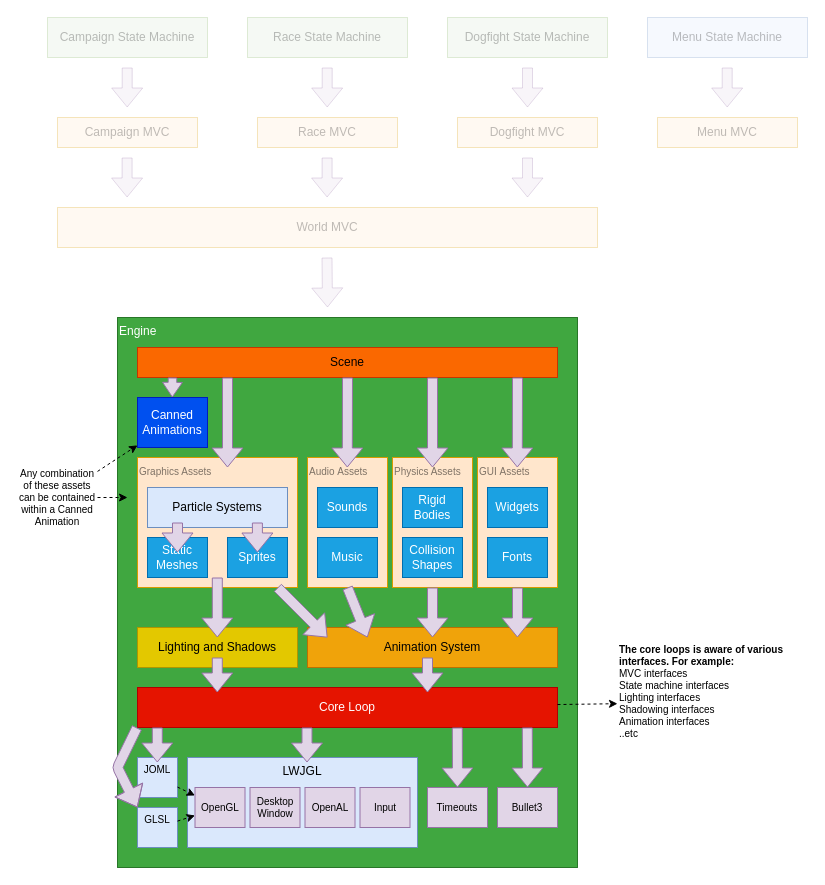
DamianCoventry/159.261-Game-Prog-Assgn2 keeps this draw.io diagram as design/4. Engine Organisation.drawio. Above is the earlier version. Source tidied: cells renumbered, new cells numbered last; positions are measured from the earlier drawing's top-left corner, leaving out a move shared by most shapes. Both pictures are drawn from the tidied source at 100%, with x=0, y=0 at pixel (17, 17).
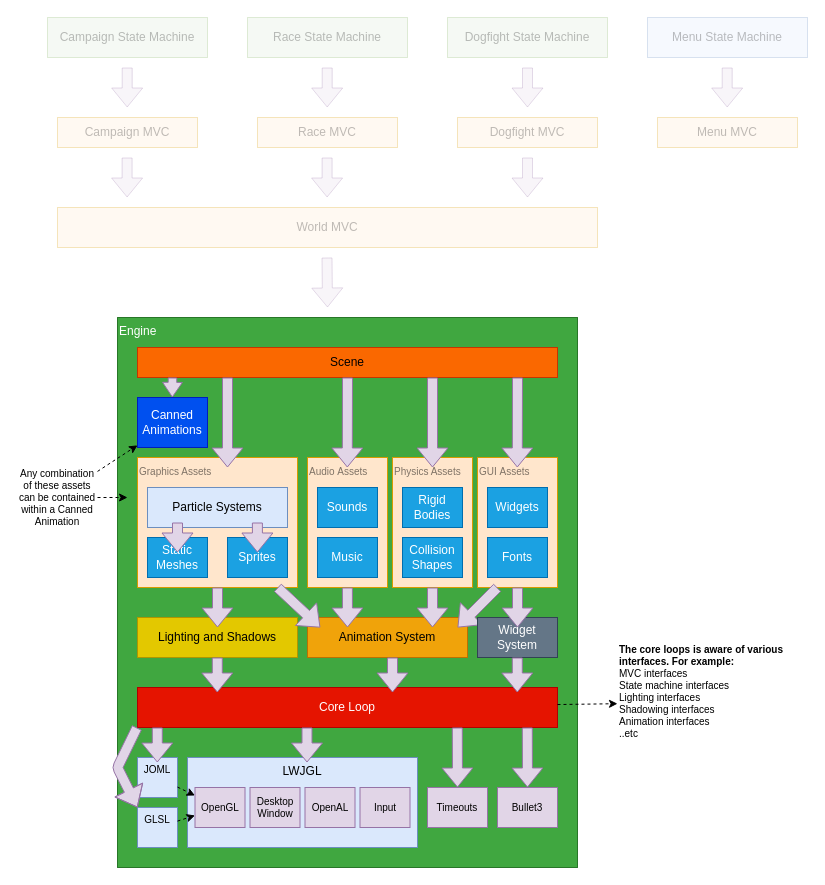
Above is the later version.

Unchanged cells that the change refers to:
```xml
<mxCell id="3" value="&lt;font style=&quot;font-size: 10px&quot;&gt;GUI&amp;nbsp;&lt;/font&gt;&lt;span style=&quot;font-size: 10px&quot;&gt;Assets&lt;/span&gt;" style="rounded=0;whiteSpace=wrap;html=1;fillColor=#ffe6cc;strokeColor=#d79b00;textOpacity=50;verticalAlign=top;align=left;" parent="1" vertex="1">
  <mxGeometry x="460" y="440" width="80" height="130" as="geometry" />
</mxCell>
```

The edit, as a diff of the source:
```diff
@@
     <mxCell id="25" value="Lighting and Shadows" style="rounded=0;whiteSpace=wrap;html=1;fillColor=#e3c800;strokeColor=#B09500;verticalAlign=middle;fontColor=#000000;" parent="1" vertex="1">
-      <mxGeometry x="120" y="610" width="160" height="40" as="geometry" />
+      <mxGeometry x="120" y="600" width="160" height="40" as="geometry" />
     </mxCell>
     <mxCell id="26" value="Animation System" style="rounded=0;whiteSpace=wrap;html=1;fillColor=#f0a30a;strokeColor=#BD7000;verticalAlign=middle;fontColor=#000000;" parent="1" vertex="1">
-      <mxGeometry x="290" y="610" width="250" height="40" as="geometry" />
+      <mxGeometry x="290" y="600" width="160" height="40" as="geometry" />
     </mxCell>
@@
     <mxCell id="55" style="shape=flexArrow;endArrow=classic;html=1;fontSize=10;fillColor=#e1d5e7;strokeColor=#9673a6;" parent="1" edge="1">
       <mxGeometry relative="1" as="geometry">
-        <mxPoint x="199.8" y="560" as="sourcePoint" />
-        <mxPoint x="199.8" y="620" as="targetPoint" />
+        <mxPoint x="200" y="570" as="sourcePoint" />
+        <mxPoint x="200" y="610" as="targetPoint" />
       </mxGeometry>
     </mxCell>
@@
-    <mxCell id="57" style="shape=flexArrow;endArrow=classic;html=1;fontSize=10;fillColor=#e1d5e7;strokeColor=#9673a6;" parent="1" edge="1">
-      <mxGeometry relative="1" as="geometry">
-        <mxPoint x="330" y="570" as="sourcePoint" />
-        <mxPoint x="350" y="620" as="targetPoint" />
-      </mxGeometry>
-    </mxCell>
     <mxCell id="58" style="shape=flexArrow;endArrow=classic;html=1;fontSize=10;fillColor=#e1d5e7;strokeColor=#9673a6;" parent="1" edge="1">
       <mxGeometry relative="1" as="geometry">
         <mxPoint x="415" y="570" as="sourcePoint" />
-        <mxPoint x="415" y="620" as="targetPoint" />
+        <mxPoint x="415" y="610" as="targetPoint" />
       </mxGeometry>
     </mxCell>
-    <mxCell id="59" style="shape=flexArrow;endArrow=classic;html=1;fontSize=10;fillColor=#e1d5e7;strokeColor=#9673a6;" parent="1" edge="1">
-      <mxGeometry relative="1" as="geometry">
-        <mxPoint x="500" y="570" as="sourcePoint" />
-        <mxPoint x="499.9" y="620" as="targetPoint" />
-      </mxGeometry>
+    <mxCell id="59" style="shape=flexArrow;endArrow=classic;html=1;fontSize=10;fillColor=#e1d5e7;strokeColor=#9673a6;entryX=0.938;entryY=0.25;entryDx=0;entryDy=0;entryPerimeter=0;exitX=0.25;exitY=1;exitDx=0;exitDy=0;" parent="1" edge="1" source="3" target="26">
+      <mxGeometry relative="1" as="geometry" />
     </mxCell>
@@
     <mxCell id="63" style="shape=flexArrow;endArrow=classic;html=1;fontSize=10;fillColor=#e1d5e7;strokeColor=#9673a6;" parent="1" edge="1">
       <mxGeometry relative="1" as="geometry">
-        <mxPoint x="410" y="640" as="sourcePoint" />
-        <mxPoint x="410" y="675" as="targetPoint" />
+        <mxPoint x="375" y="640" as="sourcePoint" />
+        <mxPoint x="375" y="675" as="targetPoint" />
       </mxGeometry>
     </mxCell>
@@
+    <mxCell id="73" value="Widget System" style="rounded=0;whiteSpace=wrap;html=1;fillColor=#647687;strokeColor=#314354;verticalAlign=middle;fontColor=#ffffff;" parent="1" vertex="1">
+      <mxGeometry x="460" y="600" width="80" height="40" as="geometry" />
+    </mxCell>
+    <mxCell id="74" style="shape=flexArrow;endArrow=classic;html=1;fontSize=10;fillColor=#e1d5e7;strokeColor=#9673a6;" parent="1" edge="1">
+      <mxGeometry relative="1" as="geometry">
+        <mxPoint x="500" y="570" as="sourcePoint" />
+        <mxPoint x="500" y="610" as="targetPoint" />
+      </mxGeometry>
+    </mxCell>
+    <mxCell id="75" style="shape=flexArrow;endArrow=classic;html=1;fontSize=10;fillColor=#e1d5e7;strokeColor=#9673a6;" parent="1" edge="1">
+      <mxGeometry relative="1" as="geometry">
+        <mxPoint x="329.9" y="570" as="sourcePoint" />
+        <mxPoint x="330" y="610" as="targetPoint" />
+      </mxGeometry>
+    </mxCell>
+    <mxCell id="76" style="shape=flexArrow;endArrow=classic;html=1;fontSize=10;fillColor=#e1d5e7;strokeColor=#9673a6;" parent="1" edge="1">
+      <mxGeometry relative="1" as="geometry">
+        <mxPoint x="499.8" y="640" as="sourcePoint" />
+        <mxPoint x="499.8" y="675" as="targetPoint" />
+      </mxGeometry>
+    </mxCell>
```
